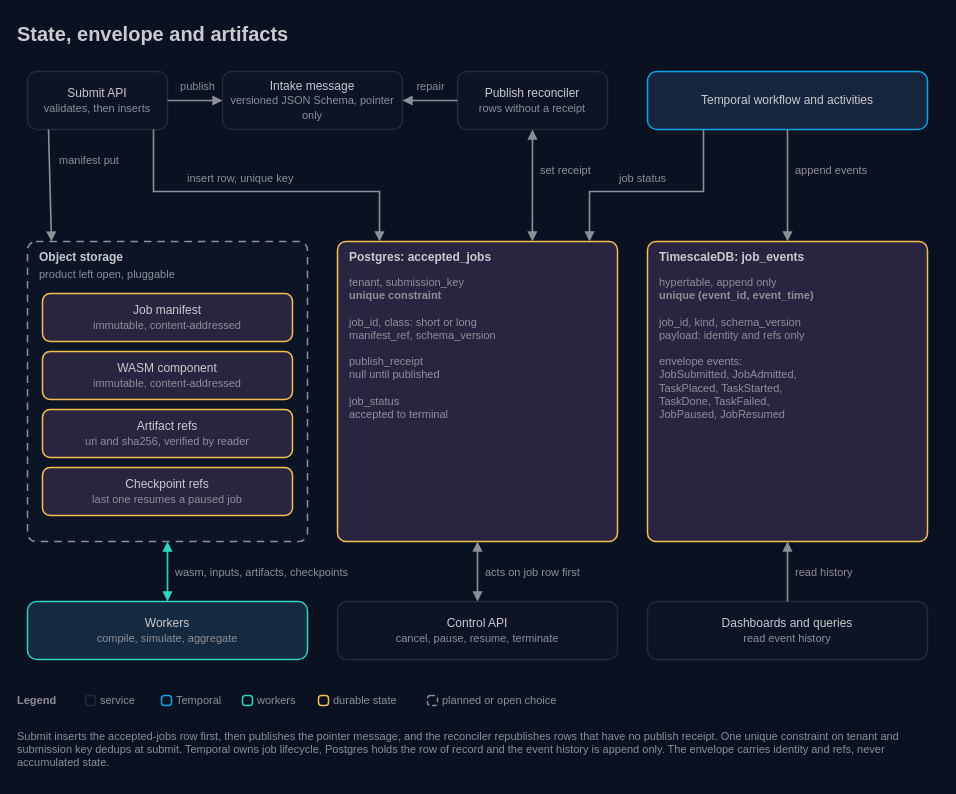
Before: docs/architecture/13-state-envelope-artifacts.drawio in AndoNorth/wasm-dag-forge, a draw.io diagram. Source tidied: cells renumbered, new cells numbered last; positions are measured from the earlier drawing's top-left corner, leaving out a move shared by most shapes. Both pictures are drawn from the tidied source at 100%, with x=0, y=0 at pixel (17, 17).
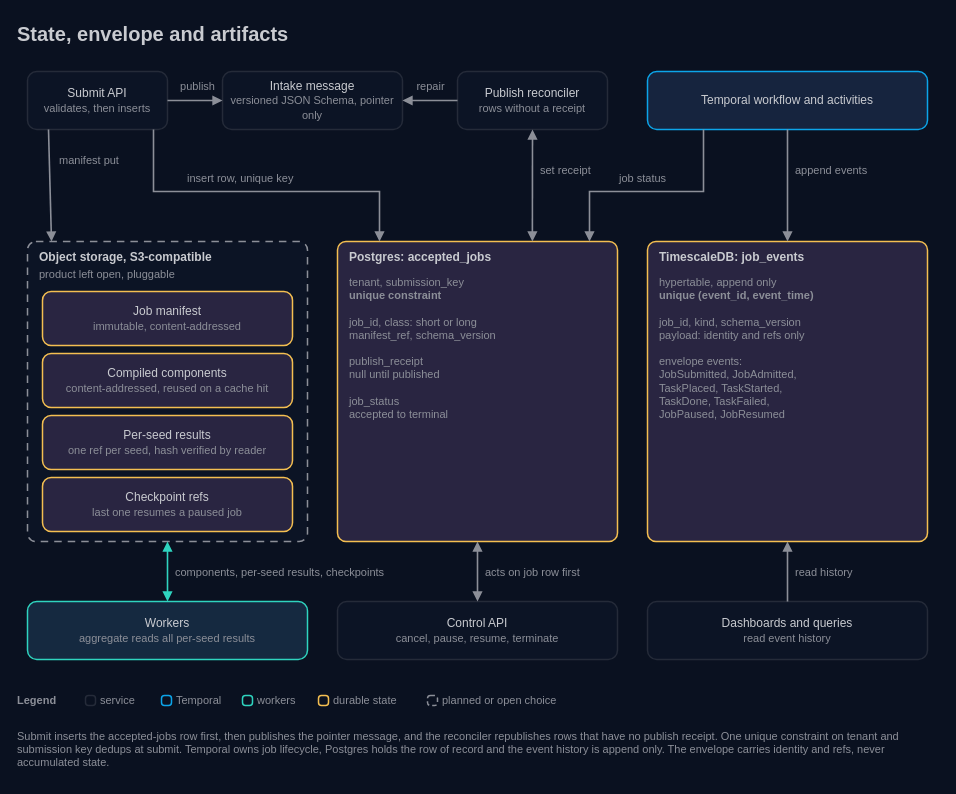
The same page after the edit.

Commit message (it also covers changes not shown here):
docs(architecture): [#3][#4][#5][#6][#11][#12] show compile cache, WIT boundary, limits, package mirror and per-seed results

The edit, as a diff of the source:
```diff
@@
-    <mxCell id="14" value="Object storage" style="text;html=1;strokeColor=none;fillColor=none;align=left;verticalAlign=middle;whiteSpace=nowrap;fontColor=#c9cbd0;fontSize=12;fontStyle=1;fontFamily=IBM Plex Sans;spacing=0;" parent="1" vertex="1">
+    <mxCell id="14" value="Object storage, S3-compatible" style="text;html=1;strokeColor=none;fillColor=none;align=left;verticalAlign=middle;whiteSpace=nowrap;fontColor=#c9cbd0;fontSize=12;fontStyle=1;fontFamily=IBM Plex Sans;spacing=0;" parent="1" vertex="1">
       <mxGeometry x="22" y="230" width="260" height="20" as="geometry" />
     </mxCell>
@@
     <mxCell id="16" value="Job manifest&lt;br&gt;&lt;font color=&quot;#8c8f98&quot; style=&quot;font-size:11px&quot;&gt;immutable, content-addressed&lt;/font&gt;" style="rounded=1;arcSize=16;html=1;whiteSpace=wrap;fillColor=#292541;strokeColor=#f4bf51;strokeWidth=1.5;fontColor=#c9cbd0;fontSize=12;fontFamily=IBM Plex Sans;align=center;verticalAlign=middle;" parent="1" vertex="1">
-      <mxGeometry x="25" y="276" width="250" height="48" as="geometry" />
+      <mxGeometry x="25" y="274" width="250" height="54" as="geometry" />
     </mxCell>
-    <mxCell id="17" value="WASM component&lt;br&gt;&lt;font color=&quot;#8c8f98&quot; style=&quot;font-size:11px&quot;&gt;immutable, content-addressed&lt;/font&gt;" style="rounded=1;arcSize=16;html=1;whiteSpace=wrap;fillColor=#292541;strokeColor=#f4bf51;strokeWidth=1.5;fontColor=#c9cbd0;fontSize=12;fontFamily=IBM Plex Sans;align=center;verticalAlign=middle;" parent="1" vertex="1">
-      <mxGeometry x="25" y="334" width="250" height="48" as="geometry" />
+    <mxCell id="17" value="Compiled components&lt;br&gt;&lt;font color=&quot;#8c8f98&quot; style=&quot;font-size:11px&quot;&gt;content-addressed, reused on a cache hit&lt;/font&gt;" style="rounded=1;arcSize=16;html=1;whiteSpace=wrap;fillColor=#292541;strokeColor=#f4bf51;strokeWidth=1.5;fontColor=#c9cbd0;fontSize=12;fontFamily=IBM Plex Sans;align=center;verticalAlign=middle;" parent="1" vertex="1">
+      <mxGeometry x="25" y="336" width="250" height="54" as="geometry" />
     </mxCell>
-    <mxCell id="18" value="Artifact refs&lt;br&gt;&lt;font color=&quot;#8c8f98&quot; style=&quot;font-size:11px&quot;&gt;uri and sha256, verified by reader&lt;/font&gt;" style="rounded=1;arcSize=16;html=1;whiteSpace=wrap;fillColor=#292541;strokeColor=#f4bf51;strokeWidth=1.5;fontColor=#c9cbd0;fontSize=12;fontFamily=IBM Plex Sans;align=center;verticalAlign=middle;" parent="1" vertex="1">
-      <mxGeometry x="25" y="392" width="250" height="48" as="geometry" />
+    <mxCell id="18" value="Per-seed results&lt;br&gt;&lt;font color=&quot;#8c8f98&quot; style=&quot;font-size:11px&quot;&gt;one ref per seed, hash verified by reader&lt;/font&gt;" style="rounded=1;arcSize=16;html=1;whiteSpace=wrap;fillColor=#292541;strokeColor=#f4bf51;strokeWidth=1.5;fontColor=#c9cbd0;fontSize=12;fontFamily=IBM Plex Sans;align=center;verticalAlign=middle;" parent="1" vertex="1">
+      <mxGeometry x="25" y="398" width="250" height="54" as="geometry" />
     </mxCell>
     <mxCell id="19" value="Checkpoint refs&lt;br&gt;&lt;font color=&quot;#8c8f98&quot; style=&quot;font-size:11px&quot;&gt;last one resumes a paused job&lt;/font&gt;" style="rounded=1;arcSize=16;html=1;whiteSpace=wrap;fillColor=#292541;strokeColor=#f4bf51;strokeWidth=1.5;fontColor=#c9cbd0;fontSize=12;fontFamily=IBM Plex Sans;align=center;verticalAlign=middle;" parent="1" vertex="1">
-      <mxGeometry x="25" y="450" width="250" height="48" as="geometry" />
+      <mxGeometry x="25" y="460" width="250" height="54" as="geometry" />
     </mxCell>
-    <mxCell id="20" value="Workers&lt;br&gt;&lt;font color=&quot;#8c8f98&quot; style=&quot;font-size:11px&quot;&gt;compile, simulate, aggregate&lt;/font&gt;" style="rounded=1;arcSize=16;html=1;whiteSpace=wrap;fillColor=#152940;strokeColor=#2fd4bf;strokeWidth=1.5;fontColor=#c9cbd0;fontSize=12;fontFamily=IBM Plex Sans;align=center;verticalAlign=middle;" parent="1" vertex="1">
+    <mxCell id="20" value="Workers&lt;br&gt;&lt;font color=&quot;#8c8f98&quot; style=&quot;font-size:11px&quot;&gt;aggregate reads all per-seed results&lt;/font&gt;" style="rounded=1;arcSize=16;html=1;whiteSpace=wrap;fillColor=#152940;strokeColor=#2fd4bf;strokeWidth=1.5;fontColor=#c9cbd0;fontSize=12;fontFamily=IBM Plex Sans;align=center;verticalAlign=middle;" parent="1" vertex="1">
       <mxGeometry x="10" y="584" width="280" height="58" as="geometry" />
     </mxCell>
@@
-    <mxCell id="42" value="wasm, inputs, artifacts, checkpoints" style="text;html=1;strokeColor=none;fillColor=none;align=left;verticalAlign=middle;whiteSpace=nowrap;fontColor=#8c8f98;fontSize=11;fontFamily=IBM Plex Sans;spacing=0;" parent="1" vertex="1">
-      <mxGeometry x="158" y="546" width="215" height="18" as="geometry" />
+    <mxCell id="42" value="components, per-seed results, checkpoints" style="text;html=1;strokeColor=none;fillColor=none;align=left;verticalAlign=middle;whiteSpace=nowrap;fontColor=#8c8f98;fontSize=11;fontFamily=IBM Plex Sans;spacing=0;" parent="1" vertex="1">
+      <mxGeometry x="158" y="546" width="230" height="18" as="geometry" />
     </mxCell>
```
